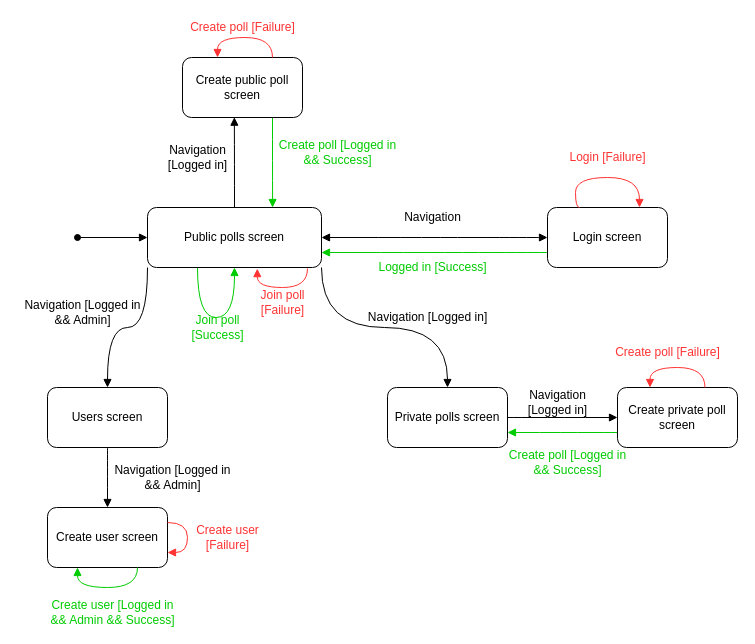
DAT250-Project-Groups-1/Design-and-Prototyping-Assignment-A keeps this draw.io diagram as illustrations/Application Flow Diagram.drawio. Above is the earlier version. Source tidied: cells renumbered, new cells numbered last; positions are measured from the earlier drawing's top-left corner, leaving out a move shared by most shapes. Both pictures are drawn from the tidied source at 100%, with x=0, y=0 at pixel (17, 17).
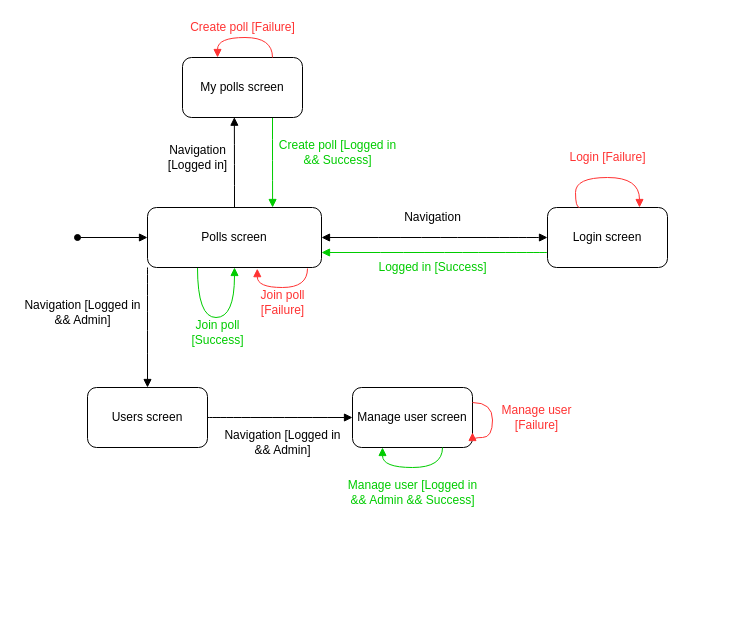
Above is the later version.

Change to the diagram source:
```diff
@@
-    <mxCell id="8" style="edgeStyle=orthogonalEdgeStyle;curved=1;jumpSize=8;jettySize=auto;html=1;exitX=1;exitY=1;exitDx=0;exitDy=0;entryX=0.5;entryY=0;entryDx=0;entryDy=0;startArrow=none;startFill=0;endArrow=block;endFill=1;strokeColor=#000000;" parent="1" edge="1" source="10" target="24">
-      <mxGeometry relative="1" as="geometry" />
-    </mxCell>
@@
-    <mxCell id="10" value="Public polls screen" style="rounded=1;whiteSpace=wrap;html=1;" parent="1" vertex="1">
+    <mxCell id="10" value="Polls screen" style="rounded=1;whiteSpace=wrap;html=1;" parent="1" vertex="1">
       <mxGeometry x="130" y="190" width="174" height="60" as="geometry" />
     </mxCell>
-    <mxCell id="11" style="edgeStyle=orthogonalEdgeStyle;curved=1;jumpSize=8;jettySize=auto;html=1;exitX=0;exitY=0.75;exitDx=0;exitDy=0;entryX=1;entryY=0.75;entryDx=0;entryDy=0;startArrow=none;startFill=0;endArrow=block;endFill=1;strokeColor=#00CC00;" parent="1" edge="1" source="12" target="24">
-      <mxGeometry relative="1" as="geometry" />
-    </mxCell>
-    <mxCell id="12" value="Create private poll screen" style="rounded=1;whiteSpace=wrap;html=1;" parent="1" vertex="1">
-      <mxGeometry x="600" y="370" width="120" height="60" as="geometry" />
-    </mxCell>
-    <mxCell id="13" style="edgeStyle=orthogonalEdgeStyle;curved=1;jumpSize=8;jettySize=auto;html=1;exitX=0.5;exitY=1;exitDx=0;exitDy=0;startArrow=none;startFill=0;endArrow=block;endFill=1;" parent="1" edge="1" source="14" target="36">
+    <mxCell id="13" style="edgeStyle=orthogonalEdgeStyle;curved=1;jumpSize=8;jettySize=auto;html=1;exitX=1;exitY=0.5;exitDx=0;exitDy=0;startArrow=none;startFill=0;endArrow=block;endFill=1;" parent="1" edge="1" source="14" target="36">
       <mxGeometry relative="1" as="geometry" />
     </mxCell>
     <mxCell id="14" value="&lt;div&gt;Users screen&lt;/div&gt;" style="rounded=1;whiteSpace=wrap;html=1;" parent="1" vertex="1">
-      <mxGeometry x="30" y="370" width="120" height="60" as="geometry" />
+      <mxGeometry x="70" y="370" width="120" height="60" as="geometry" />
     </mxCell>
@@
     <mxCell id="18" value="&lt;font color=&quot;#00CC00&quot;&gt;Join poll&lt;br&gt;[Success]&lt;br&gt;&lt;/font&gt;" style="text;html=1;align=center;verticalAlign=middle;" parent="1" vertex="1">
-      <mxGeometry x="165" y="295" width="70" height="30" as="geometry" />
+      <mxGeometry x="165" y="300" width="70" height="30" as="geometry" />
     </mxCell>
@@
-    <mxCell id="23" style="edgeStyle=orthogonalEdgeStyle;curved=1;jumpSize=8;jettySize=auto;html=1;entryX=0;entryY=0.5;entryDx=0;entryDy=0;startArrow=none;startFill=0;endArrow=block;endFill=1;strokeColor=#000000;" parent="1" edge="1" source="24" target="12">
-      <mxGeometry relative="1" as="geometry" />
-    </mxCell>
-    <mxCell id="24" value="Private polls screen" style="rounded=1;whiteSpace=wrap;html=1;" parent="1" vertex="1">
-      <mxGeometry x="370" y="370" width="120" height="60" as="geometry" />
-    </mxCell>
@@
-    <mxCell id="26" value="Create public poll screen" style="rounded=1;whiteSpace=wrap;html=1;" parent="1" vertex="1">
+    <mxCell id="26" value="My polls screen" style="rounded=1;whiteSpace=wrap;html=1;" parent="1" vertex="1">
       <mxGeometry x="165" y="40" width="120" height="60" as="geometry" />
     </mxCell>
-    <mxCell id="27" value="Navigation [Logged in]" style="text;html=1;align=center;verticalAlign=middle;" parent="1" vertex="1">
-      <mxGeometry x="340" y="290" width="140" height="20" as="geometry" />
-    </mxCell>
-    <mxCell id="28" value="Navigation &lt;br&gt;[Logged in]" style="text;html=1;align=center;verticalAlign=middle;" parent="1" vertex="1">
-      <mxGeometry x="500" y="370" width="80" height="30" as="geometry" />
-    </mxCell>
@@
-    <mxCell id="33" style="edgeStyle=orthogonalEdgeStyle;curved=1;jumpSize=8;orthogonalLoop=1;jettySize=auto;html=1;exitX=0.75;exitY=0;exitDx=0;exitDy=0;entryX=0.292;entryY=0;entryDx=0;entryDy=0;entryPerimeter=0;startArrow=none;startFill=0;endArrow=block;endFill=1;strokeColor=#FF3333;" parent="1" edge="1">
-      <mxGeometry relative="1" as="geometry">
-        <mxPoint x="687.5" y="370" as="sourcePoint" />
-        <mxPoint x="632.5" y="370" as="targetPoint" />
-        <Array as="points">
-          <mxPoint x="687.5" y="350" />
-          <mxPoint x="632.5" y="350" />
-        </Array>
-      </mxGeometry>
-    </mxCell>
-    <mxCell id="34" value="&lt;font color=&quot;#FF3333&quot;&gt;Create poll [Failure]&lt;br&gt;&lt;/font&gt;" style="text;html=1;align=center;verticalAlign=middle;" parent="1" vertex="1">
-      <mxGeometry x="590" y="325" width="120" height="20" as="geometry" />
-    </mxCell>
-    <mxCell id="35" value="&lt;font color=&quot;#00CC00&quot;&gt;Create poll [Logged in &lt;br&gt;&amp;amp;&amp;amp; Success]&lt;br&gt;&lt;/font&gt;" style="text;html=1;align=center;verticalAlign=middle;" parent="1" vertex="1">
-      <mxGeometry x="480" y="430" width="140" height="30" as="geometry" />
-    </mxCell>
-    <mxCell id="36" value="Create user screen" style="rounded=1;whiteSpace=wrap;html=1;" parent="1" vertex="1">
-      <mxGeometry x="30" y="490" width="120" height="60" as="geometry" />
+    <mxCell id="36" value="Manage user screen" style="rounded=1;whiteSpace=wrap;html=1;" parent="1" vertex="1">
+      <mxGeometry x="335" y="370" width="120" height="60" as="geometry" />
     </mxCell>
     <mxCell id="37" value="Navigation [Logged in&lt;br&gt;&amp;amp;&amp;amp; Admin]" style="text;html=1;align=center;verticalAlign=middle;" parent="1" vertex="1">
-      <mxGeometry x="90" y="445" width="130" height="30" as="geometry" />
+      <mxGeometry x="200" y="410" width="130" height="30" as="geometry" />
     </mxCell>
     <mxCell id="38" style="edgeStyle=orthogonalEdgeStyle;curved=1;jumpSize=8;orthogonalLoop=1;jettySize=auto;html=1;exitX=1;exitY=0.25;exitDx=0;exitDy=0;entryX=1;entryY=0.75;entryDx=0;entryDy=0;startArrow=none;startFill=0;endArrow=block;endFill=1;strokeColor=#FF3333;" parent="1" edge="1" source="36" target="36">
       <mxGeometry relative="1" as="geometry">
         <Array as="points">
-          <mxPoint x="170" y="505" />
-          <mxPoint x="170" y="535" />
+          <mxPoint x="475" y="385" />
+          <mxPoint x="475" y="420" />
+          <mxPoint x="455" y="420" />
         </Array>
       </mxGeometry>
     </mxCell>
-    <mxCell id="39" value="&lt;font color=&quot;#FF3333&quot;&gt;Create user &lt;br&gt;[Failure]&lt;/font&gt;" style="text;html=1;align=center;verticalAlign=middle;" parent="1" vertex="1">
-      <mxGeometry x="170" y="505" width="80" height="30" as="geometry" />
+    <mxCell id="39" value="&lt;font color=&quot;#FF3333&quot;&gt;Manage user &lt;br&gt;[Failure]&lt;/font&gt;" style="text;html=1;align=center;verticalAlign=middle;" parent="1" vertex="1">
+      <mxGeometry x="474" y="385" width="90" height="30" as="geometry" />
     </mxCell>
-    <mxCell id="40" value="&lt;font color=&quot;#00CC00&quot;&gt;Create user [Logged in &lt;br&gt;&amp;amp;&amp;amp; Admin &amp;amp;&amp;amp; Success]&lt;br&gt;&lt;/font&gt;" style="text;html=1;align=center;verticalAlign=middle;" parent="1" vertex="1">
-      <mxGeometry x="25" y="580" width="140" height="30" as="geometry" />
+    <mxCell id="40" value="&lt;font color=&quot;#00CC00&quot;&gt;Manage user [Logged in &lt;br&gt;&amp;amp;&amp;amp; Admin &amp;amp;&amp;amp; Success]&lt;br&gt;&lt;/font&gt;" style="text;html=1;align=center;verticalAlign=middle;" parent="1" vertex="1">
+      <mxGeometry x="320" y="460" width="150" height="30" as="geometry" />
     </mxCell>
```
